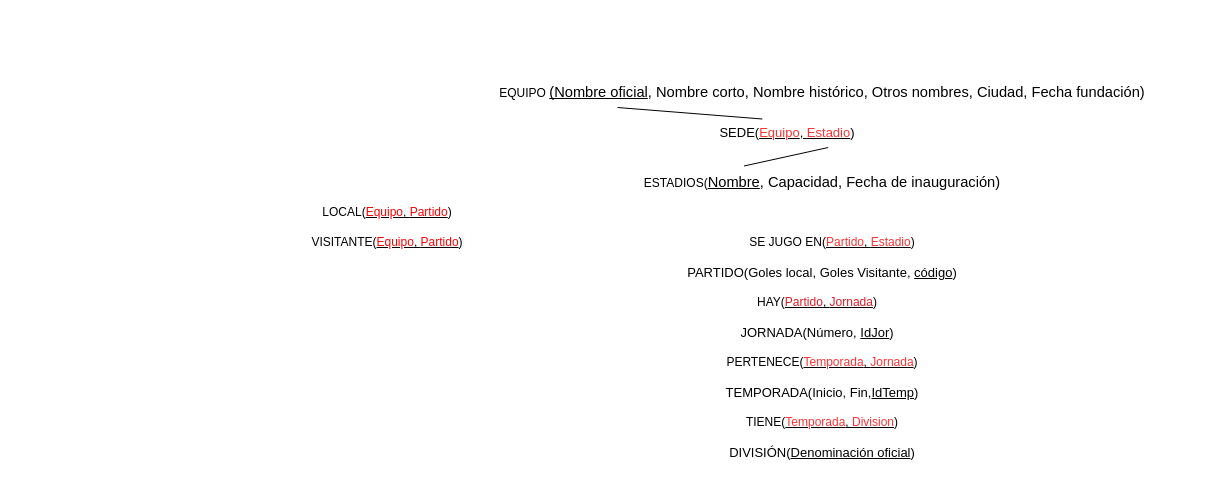
The draw.io diagram draws/EsquemaRelacional.drawio in Practicass/Practica1_LigaFutbol, before the edit. Source tidied: cells renumbered, new cells numbered last; positions are measured from the earlier drawing's top-left corner, leaving out a move shared by most shapes. Both pictures are drawn from the tidied source at 100%, with x=0, y=0 at pixel (17, 77).
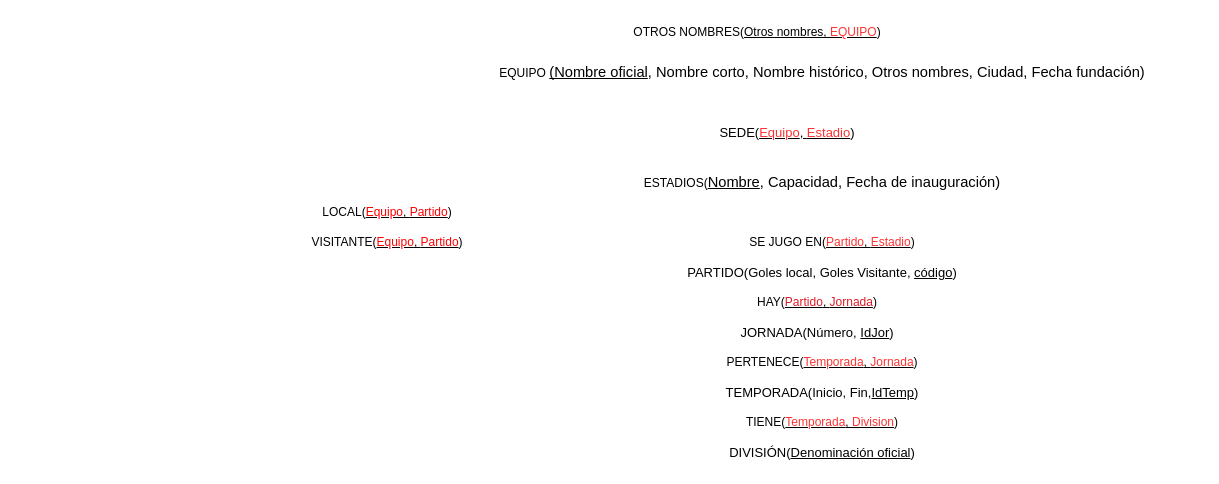
The same page after the edit.

Diff of the diagram source:
```diff
@@
 <mxGraphModel>
   <root>
     <mxCell id="0" />
     <mxCell id="1" parent="0" />
     <mxCell id="2" value="EQUIPO &lt;span style=&quot;font-size: 11pt; font-family: Arial; color: rgb(0, 0, 0); background-color: transparent; font-weight: 400; font-style: normal; font-variant: normal; text-decoration: underline; text-decoration-skip-ink: none; vertical-align: baseline;&quot;&gt;(Nombre oficial&lt;/span&gt;&lt;span style=&quot;font-size: 11pt; font-family: Arial; color: rgb(0, 0, 0); background-color: transparent; font-weight: 400; font-style: normal; font-variant: normal; text-decoration: none; vertical-align: baseline;&quot;&gt;, Nombre corto, Nombre histórico, Otros nombres, Ciudad, Fecha fundación)&lt;/span&gt;" style="text;html=1;strokeColor=none;fillColor=none;align=center;verticalAlign=middle;whiteSpace=wrap;rounded=0;" parent="1" vertex="1">
-      <mxGeometry x="435" width="740" height="30" as="geometry" />
+      <mxGeometry x="435" y="-20" width="740" height="30" as="geometry" />
     </mxCell>
     <mxCell id="3" value="&lt;p id=&quot;docs-internal-guid-ae7be185-7fff-9508-fb25-8bbcf56c84a8&quot; style=&quot;line-height:1.38;margin-top:0pt;margin-bottom:0pt;&quot; dir=&quot;ltr&quot;&gt;ESTADIOS(&lt;span style=&quot;font-size: 11pt; font-family: Arial; color: rgb(0, 0, 0); background-color: transparent; font-weight: 400; font-style: normal; font-variant: normal; text-decoration: underline; text-decoration-skip-ink: none; vertical-align: baseline;&quot;&gt;Nombre&lt;/span&gt;&lt;span style=&quot;font-size: 11pt; font-family: Arial; color: rgb(0, 0, 0); background-color: transparent; font-weight: 400; font-style: normal; font-variant: normal; text-decoration: none; vertical-align: baseline;&quot;&gt;, Capacidad, Fecha de inauguración)&lt;/span&gt;&lt;/p&gt;" style="text;html=1;strokeColor=none;fillColor=none;align=center;verticalAlign=middle;whiteSpace=wrap;rounded=0;" parent="1" vertex="1">
       <mxGeometry x="435" y="90" width="740" height="30" as="geometry" />
     </mxCell>
     <mxCell id="4" value="&lt;p id=&quot;docs-internal-guid-b29137fc-7fff-e210-7a7c-c94be5e26367&quot; style=&quot;line-height: 1.38; margin-top: 0pt; margin-bottom: 0pt; font-size: 13px;&quot; dir=&quot;ltr&quot;&gt;&lt;font style=&quot;font-size: 13px;&quot;&gt;PARTIDO(Goles local, Goles Visitante, &lt;u&gt;código&lt;/u&gt;)&lt;/font&gt;&lt;/p&gt;&lt;p id=&quot;docs-internal-guid-ae7be185-7fff-9508-fb25-8bbcf56c84a8&quot; style=&quot;line-height: 1.38; margin-top: 0pt; margin-bottom: 0pt; font-size: 13px;&quot; dir=&quot;ltr&quot;&gt;&lt;/p&gt;" style="text;html=1;strokeColor=none;fillColor=none;align=center;verticalAlign=middle;whiteSpace=wrap;rounded=0;" parent="1" vertex="1">
       <mxGeometry x="435" y="180" width="740" height="30" as="geometry" />
     </mxCell>
     <mxCell id="5" value="&lt;p id=&quot;docs-internal-guid-d062ec6a-7fff-5ad4-b682-37d9f37c2bd6&quot; style=&quot;line-height: 1.38; margin-top: 0pt; margin-bottom: 0pt; font-size: 13px;&quot; dir=&quot;ltr&quot;&gt;JORNADA(Número, &lt;u&gt;IdJor&lt;/u&gt;)&lt;/p&gt;&lt;p id=&quot;docs-internal-guid-b29137fc-7fff-e210-7a7c-c94be5e26367&quot; style=&quot;line-height:1.38;margin-top:0pt;margin-bottom:0pt;&quot; dir=&quot;ltr&quot;&gt;&lt;/p&gt;&lt;p id=&quot;docs-internal-guid-ae7be185-7fff-9508-fb25-8bbcf56c84a8&quot; style=&quot;line-height:1.38;margin-top:0pt;margin-bottom:0pt;&quot; dir=&quot;ltr&quot;&gt;&lt;/p&gt;" style="text;html=1;strokeColor=none;fillColor=none;align=center;verticalAlign=middle;whiteSpace=wrap;rounded=0;" parent="1" vertex="1">
       <mxGeometry x="430" y="240" width="740" height="30" as="geometry" />
     </mxCell>
     <mxCell id="6" value="&lt;p id=&quot;docs-internal-guid-06d0baa3-7fff-bc2a-16c3-9cde62015013&quot; style=&quot;line-height: 1.38; margin-top: 0pt; margin-bottom: 0pt; font-size: 13px;&quot; dir=&quot;ltr&quot;&gt;TEMPORADA(&lt;span style=&quot;font-family: Arial; color: rgb(0, 0, 0); background-color: transparent; font-style: normal; font-variant: normal; text-decoration-skip-ink: none; vertical-align: baseline;&quot;&gt;Inicio&lt;/span&gt;&lt;span style=&quot;font-family: Arial; color: rgb(0, 0, 0); background-color: transparent; font-style: normal; font-variant: normal; text-decoration: none; vertical-align: baseline;&quot;&gt;, Fin,&lt;u&gt;IdTemp&lt;/u&gt;)&lt;/span&gt;&lt;/p&gt;&lt;p id=&quot;docs-internal-guid-d062ec6a-7fff-5ad4-b682-37d9f37c2bd6&quot; style=&quot;line-height:1.38;margin-top:0pt;margin-bottom:0pt;&quot; dir=&quot;ltr&quot;&gt;&lt;/p&gt;&lt;p id=&quot;docs-internal-guid-b29137fc-7fff-e210-7a7c-c94be5e26367&quot; style=&quot;line-height:1.38;margin-top:0pt;margin-bottom:0pt;&quot; dir=&quot;ltr&quot;&gt;&lt;/p&gt;&lt;p id=&quot;docs-internal-guid-ae7be185-7fff-9508-fb25-8bbcf56c84a8&quot; style=&quot;line-height:1.38;margin-top:0pt;margin-bottom:0pt;&quot; dir=&quot;ltr&quot;&gt;&lt;/p&gt;" style="text;html=1;strokeColor=none;fillColor=none;align=center;verticalAlign=middle;whiteSpace=wrap;rounded=0;" parent="1" vertex="1">
       <mxGeometry x="435" y="300" width="740" height="30" as="geometry" />
     </mxCell>
     <mxCell id="7" value="&lt;p id=&quot;docs-internal-guid-3562eadd-7fff-00f9-283a-577bf8721a5b&quot; style=&quot;line-height: 1.38; margin-top: 0pt; margin-bottom: 0pt; font-size: 13px;&quot; dir=&quot;ltr&quot;&gt;&lt;font style=&quot;font-size: 13px;&quot;&gt;DIVISIÓN(&lt;u&gt;Denominación oficial&lt;/u&gt;)&lt;/font&gt;&lt;/p&gt;" style="text;html=1;strokeColor=none;fillColor=none;align=center;verticalAlign=middle;whiteSpace=wrap;rounded=0;" parent="1" vertex="1">
       <mxGeometry x="435" y="360" width="740" height="30" as="geometry" />
     </mxCell>
     <mxCell id="8" value="&lt;p id=&quot;docs-internal-guid-3562eadd-7fff-00f9-283a-577bf8721a5b&quot; style=&quot;line-height: 100%; margin-top: 0pt; margin-bottom: 0pt; font-size: 13px;&quot; dir=&quot;ltr&quot;&gt;&lt;font style=&quot;font-size: 13px;&quot;&gt;SEDE(&lt;u&gt;&lt;font color=&quot;#FF3333&quot;&gt;Equipo&lt;/font&gt;, &lt;font color=&quot;#FF3333&quot;&gt;Estadio&lt;/font&gt;&lt;/u&gt;)&lt;/font&gt;&lt;/p&gt;" style="text;html=1;strokeColor=none;fillColor=none;align=center;verticalAlign=middle;whiteSpace=wrap;rounded=0;" parent="1" vertex="1">
       <mxGeometry x="400" y="40" width="740" height="30" as="geometry" />
     </mxCell>
-    <mxCell id="9" style="endArrow=none;html=1;rounded=0;fontSize=13;fontColor=#FF3333;exitX=0.466;exitY=0.05;exitDx=0;exitDy=0;exitPerimeter=0;" parent="1" edge="1" source="8">
-      <mxGeometry relative="1" as="geometry">
-        <mxPoint x="600" y="30" as="targetPoint" />
-      </mxGeometry>
-    </mxCell>
-    <mxCell id="10" style="endArrow=none;html=1;rounded=0;fontSize=13;fontColor=#FF3333;exitX=0.394;exitY=-0.05;exitDx=0;exitDy=0;exitPerimeter=0;entryX=0.555;entryY=1;entryDx=0;entryDy=0;entryPerimeter=0;" parent="1" edge="1" source="3" target="8">
-      <mxGeometry relative="1" as="geometry" />
-    </mxCell>
     <mxCell id="11" value="TIENE(&lt;u&gt;&lt;font color=&quot;#FF3333&quot;&gt;Temporada&lt;/font&gt;, &lt;font color=&quot;#FF3333&quot;&gt;Division&lt;/font&gt;&lt;/u&gt;)" style="text;html=1;strokeColor=none;fillColor=none;align=center;verticalAlign=middle;whiteSpace=wrap;rounded=0;" parent="1" vertex="1">
       <mxGeometry x="435" y="330" width="740" height="30" as="geometry" />
     </mxCell>
     <mxCell id="12" value="PERTENECE(&lt;u&gt;&lt;font color=&quot;#FF3333&quot;&gt;Temporada&lt;/font&gt;, &lt;font color=&quot;#FF3333&quot;&gt;Jornada&lt;/font&gt;&lt;/u&gt;)" style="text;html=1;strokeColor=none;fillColor=none;align=center;verticalAlign=middle;whiteSpace=wrap;rounded=0;" parent="1" vertex="1">
       <mxGeometry x="435" y="270" width="740" height="30" as="geometry" />
     </mxCell>
     <mxCell id="13" value="HAY(&lt;u&gt;&lt;font color=&quot;#e01b24&quot;&gt;Partido&lt;/font&gt;, &lt;font color=&quot;#e01b24&quot;&gt;Jornada&lt;/font&gt;&lt;/u&gt;)" style="text;html=1;strokeColor=none;fillColor=none;align=center;verticalAlign=middle;whiteSpace=wrap;rounded=0;" parent="1" vertex="1">
       <mxGeometry x="430" y="210" width="740" height="30" as="geometry" />
     </mxCell>
     <mxCell id="14" value="SE JUGO EN(&lt;u&gt;&lt;font color=&quot;#FF3333&quot;&gt;Partido&lt;/font&gt;, &lt;font color=&quot;#FF3333&quot;&gt;Estadio&lt;/font&gt;&lt;/u&gt;)" style="text;html=1;strokeColor=none;fillColor=none;align=center;verticalAlign=middle;whiteSpace=wrap;rounded=0;" parent="1" vertex="1">
       <mxGeometry x="445" y="150" width="740" height="30" as="geometry" />
     </mxCell>
     <mxCell id="15" value="LOCAL(&lt;u&gt;&lt;font color=&quot;#FF0000&quot;&gt;Equipo&lt;/font&gt;, &lt;font color=&quot;#FF0000&quot;&gt;Partido&lt;/font&gt;&lt;/u&gt;)" style="text;html=1;strokeColor=none;fillColor=none;align=center;verticalAlign=middle;whiteSpace=wrap;rounded=0;" parent="1" vertex="1">
       <mxGeometry y="120" width="740" height="30" as="geometry" />
     </mxCell>
     <mxCell id="16" value="VISITANTE(&lt;u&gt;&lt;font color=&quot;#FF0000&quot;&gt;Equipo&lt;/font&gt;, &lt;font color=&quot;#FF0000&quot;&gt;Partido&lt;/font&gt;&lt;/u&gt;)" style="text;html=1;strokeColor=none;fillColor=none;align=center;verticalAlign=middle;whiteSpace=wrap;rounded=0;" parent="1" vertex="1">
       <mxGeometry y="150" width="740" height="30" as="geometry" />
     </mxCell>
+    <mxCell id="17" value="OTROS NOMBRES(&lt;u&gt;Otros nombres, &lt;font color=&quot;#FF3333&quot;&gt;EQUIPO&lt;/font&gt;&lt;/u&gt;)" style="text;html=1;strokeColor=none;fillColor=none;align=center;verticalAlign=middle;whiteSpace=wrap;rounded=0;" parent="1" vertex="1">
+      <mxGeometry x="370" y="-60" width="740" height="30" as="geometry" />
+    </mxCell>
   </root>
 </mxGraphModel>
```
